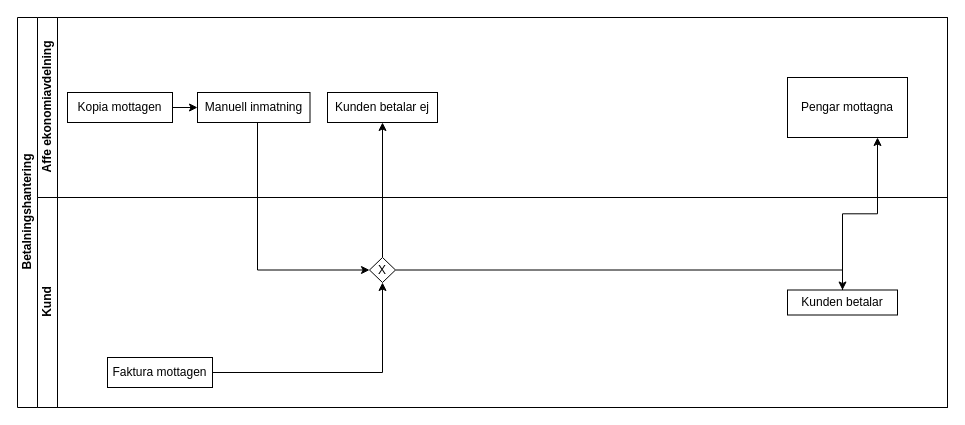
This is Ekonomidiagram.drawio from herderboys/DSV-ITO, a draw.io file, before an edit. Source tidied: cells renumbered, new cells numbered last; positions are measured from the earlier drawing's top-left corner, leaving out a move shared by most shapes. Both pictures are drawn from the tidied source at 100%, with x=0, y=0 at pixel (17, 17).
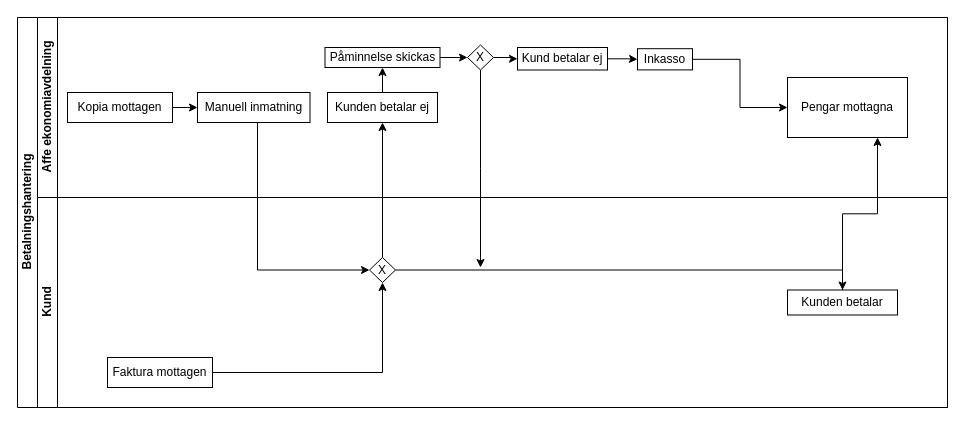
Above is the later version.

The change refers to these unchanged cells:
```xml
<mxCell id="3" value="Affe ekonomiavdelning" style="swimlane;html=1;startSize=20;horizontal=0;" parent="2" vertex="1">
  <mxGeometry x="20" width="910" height="180" as="geometry" />
</mxCell>
<mxCell id="7" value="Pengar mottagna" style="rounded=0;whiteSpace=wrap;html=1;" parent="3" vertex="1">
  <mxGeometry x="750" y="60" width="120" height="60" as="geometry" />
</mxCell>
<mxCell id="8" value="Kunden betalar ej" style="whiteSpace=wrap;html=1;" parent="3" vertex="1">
  <mxGeometry x="290" y="75" width="110" height="30" as="geometry" />
</mxCell>
```

The edit, as a diff of the source:
```diff
@@
+    <mxCell id="18" style="edgeStyle=orthogonalEdgeStyle;rounded=0;jettySize=auto;html=1;" parent="3" edge="1" source="8" target="20">
+      <mxGeometry relative="1" as="geometry" />
+    </mxCell>
@@
+    <mxCell id="19" style="edgeStyle=orthogonalEdgeStyle;rounded=0;jettySize=auto;html=1;" parent="3" edge="1" source="20" target="23">
+      <mxGeometry relative="1" as="geometry" />
+    </mxCell>
+    <mxCell id="20" value="Påminnelse skickas" style="whiteSpace=wrap;html=1;" parent="3" vertex="1">
+      <mxGeometry x="287.5" y="30" width="115" height="20" as="geometry" />
+    </mxCell>
+    <mxCell id="21" style="edgeStyle=orthogonalEdgeStyle;rounded=0;jettySize=auto;html=1;" parent="3" edge="1" source="23" target="25">
+      <mxGeometry relative="1" as="geometry" />
+    </mxCell>
+    <mxCell id="22" style="edgeStyle=orthogonalEdgeStyle;rounded=0;jettySize=auto;html=1;" parent="3" edge="1" source="23">
+      <mxGeometry relative="1" as="geometry">
+        <mxPoint x="443" y="250" as="targetPoint" />
+      </mxGeometry>
+    </mxCell>
+    <mxCell id="23" value="X" style="rhombus;whiteSpace=wrap;html=1;" parent="3" vertex="1">
+      <mxGeometry x="430" y="27.5" width="26" height="25" as="geometry" />
+    </mxCell>
+    <mxCell id="24" style="edgeStyle=orthogonalEdgeStyle;rounded=0;jettySize=auto;html=1;" parent="3" edge="1" source="25" target="27">
+      <mxGeometry relative="1" as="geometry" />
+    </mxCell>
+    <mxCell id="25" value="Kund betalar ej" style="whiteSpace=wrap;html=1;" parent="3" vertex="1">
+      <mxGeometry x="480" y="30" width="90" height="22.5" as="geometry" />
+    </mxCell>
+    <mxCell id="26" style="edgeStyle=orthogonalEdgeStyle;rounded=0;jettySize=auto;html=1;entryX=0;entryY=0.5;entryDx=0;entryDy=0;" parent="3" edge="1" source="27" target="7">
+      <mxGeometry relative="1" as="geometry" />
+    </mxCell>
+    <mxCell id="27" value="Inkasso" style="whiteSpace=wrap;html=1;" parent="3" vertex="1">
+      <mxGeometry x="600" y="31.2" width="55" height="21.2" as="geometry" />
+    </mxCell>
```
